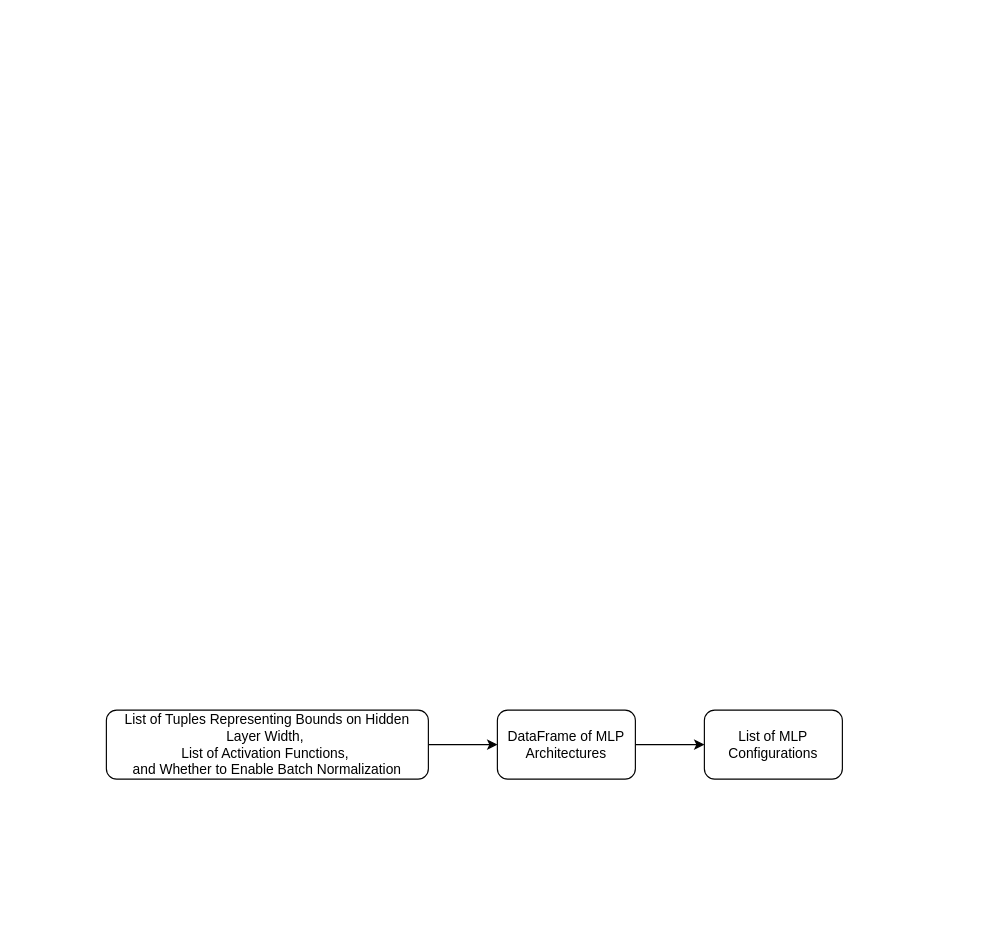
The draw.io diagram docs/FinalProjectDiagram.drawio in gbenezer/Quant_Analysis, before the edit. Source tidied: cells renumbered, new cells numbered last; positions are measured from the earlier drawing's top-left corner, leaving out a move shared by most shapes. Both pictures are drawn from the tidied source at 115%, with x=0, y=0 at pixel (106, 710).
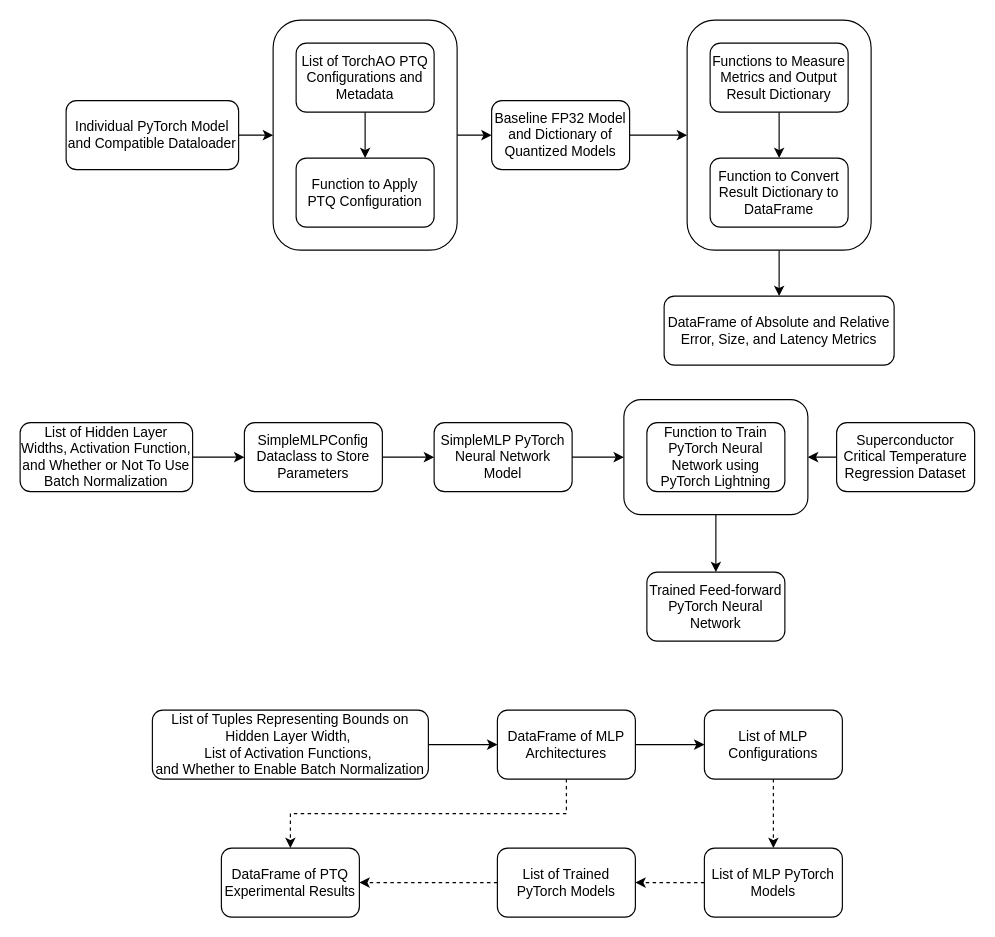
The same diagram, later.

Unchanged cells that the change refers to:
```xml
<mxCell id="5" value="DataFrame of MLP Architectures" style="rounded=1;whiteSpace=wrap;html=1;" parent="1" vertex="1">
  <mxGeometry x="340" width="120" height="60" as="geometry" />
</mxCell>
<mxCell id="6" value="List of MLP Configurations" style="rounded=1;whiteSpace=wrap;html=1;" parent="1" vertex="1">
  <mxGeometry x="520" width="120" height="60" as="geometry" />
</mxCell>
```

Diff of the diagram source:
```diff
@@
+    <mxCell id="7" style="edgeStyle=orthogonalEdgeStyle;rounded=0;jettySize=auto;html=1;" parent="1" edge="1" source="8" target="40">
+      <mxGeometry relative="1" as="geometry" />
+    </mxCell>
+    <mxCell id="8" style="rounded=1;whiteSpace=wrap;html=1;" parent="1" vertex="1">
+      <mxGeometry x="450" y="-270" width="160" height="100" as="geometry" />
+    </mxCell>
+    <mxCell id="9" style="edgeStyle=orthogonalEdgeStyle;rounded=0;jettySize=auto;html=1;entryX=0;entryY=0.5;entryDx=0;entryDy=0;" parent="1" edge="1" source="10" target="25">
+      <mxGeometry relative="1" as="geometry" />
+    </mxCell>
+    <mxCell id="10" style="rounded=1;whiteSpace=wrap;html=1;" parent="1" vertex="1">
+      <mxGeometry x="145" y="-600" width="160" height="200" as="geometry" />
+    </mxCell>
@@
     <mxCell id="3" value="&lt;div&gt;List of Tuples Representing Bounds on Hidden Layer Width,&amp;nbsp;&lt;/div&gt;&lt;div&gt;List of Activation Functions,&amp;nbsp;&lt;/div&gt;&lt;div&gt;and Whether to Enable Batch Normalization&lt;/div&gt;" style="rounded=1;whiteSpace=wrap;html=1;" parent="1" vertex="1">
-      <mxGeometry width="280" height="60" as="geometry" />
+      <mxGeometry x="40" width="240" height="60" as="geometry" />
     </mxCell>
@@
+    <mxCell id="11" style="edgeStyle=orthogonalEdgeStyle;rounded=0;jettySize=auto;html=1;entryX=0.5;entryY=0;entryDx=0;entryDy=0;dashed=1;" parent="1" edge="1" source="5" target="17">
+      <mxGeometry relative="1" as="geometry">
+        <Array as="points">
+          <mxPoint x="400" y="90" />
+          <mxPoint x="160" y="90" />
+        </Array>
+      </mxGeometry>
+    </mxCell>
@@
+    <mxCell id="12" style="edgeStyle=orthogonalEdgeStyle;rounded=0;jettySize=auto;html=1;dashed=1;" parent="1" edge="1" source="6" target="14">
+      <mxGeometry relative="1" as="geometry" />
+    </mxCell>
@@
+    <mxCell id="13" style="edgeStyle=orthogonalEdgeStyle;rounded=0;jettySize=auto;html=1;dashed=1;" parent="1" edge="1" source="14" target="16">
+      <mxGeometry relative="1" as="geometry" />
+    </mxCell>
+    <mxCell id="14" value="List of MLP PyTorch Models" style="rounded=1;whiteSpace=wrap;html=1;" parent="1" vertex="1">
+      <mxGeometry x="520" y="120" width="120" height="60" as="geometry" />
+    </mxCell>
+    <mxCell id="15" style="edgeStyle=orthogonalEdgeStyle;rounded=0;jettySize=auto;html=1;entryX=1;entryY=0.5;entryDx=0;entryDy=0;dashed=1;" parent="1" edge="1" source="16" target="17">
+      <mxGeometry relative="1" as="geometry" />
+    </mxCell>
+    <mxCell id="16" value="List of Trained PyTorch Models" style="rounded=1;whiteSpace=wrap;html=1;" parent="1" vertex="1">
+      <mxGeometry x="340" y="120" width="120" height="60" as="geometry" />
+    </mxCell>
+    <mxCell id="17" value="DataFrame of PTQ Experimental Results" style="rounded=1;whiteSpace=wrap;html=1;" parent="1" vertex="1">
+      <mxGeometry x="100" y="120" width="120" height="60" as="geometry" />
+    </mxCell>
+    <mxCell id="18" style="edgeStyle=orthogonalEdgeStyle;rounded=0;jettySize=auto;html=1;entryX=0;entryY=0.5;entryDx=0;entryDy=0;" parent="1" edge="1" source="19" target="10">
+      <mxGeometry relative="1" as="geometry" />
+    </mxCell>
+    <mxCell id="19" value="Individual PyTorch Model and Compatible Dataloader" style="rounded=1;whiteSpace=wrap;html=1;" parent="1" vertex="1">
+      <mxGeometry x="-35" y="-530" width="150" height="60" as="geometry" />
+    </mxCell>
+    <mxCell id="20" value="DataFrame of Absolute and Relative Error, Size, and Latency Metrics" style="rounded=1;whiteSpace=wrap;html=1;" parent="1" vertex="1">
+      <mxGeometry x="485" y="-360" width="200" height="60" as="geometry" />
+    </mxCell>
+    <mxCell id="21" style="edgeStyle=orthogonalEdgeStyle;rounded=0;jettySize=auto;html=1;entryX=0.5;entryY=0;entryDx=0;entryDy=0;" parent="1" edge="1" source="22" target="23">
+      <mxGeometry relative="1" as="geometry" />
+    </mxCell>
+    <mxCell id="22" value="List of TorchAO PTQ Configurations and Metadata" style="rounded=1;whiteSpace=wrap;html=1;" parent="1" vertex="1">
+      <mxGeometry x="165" y="-580" width="120" height="60" as="geometry" />
+    </mxCell>
+    <mxCell id="23" value="Function to Apply PTQ Configuration" style="rounded=1;whiteSpace=wrap;html=1;" parent="1" vertex="1">
+      <mxGeometry x="165" y="-480" width="120" height="60" as="geometry" />
+    </mxCell>
+    <mxCell id="24" style="edgeStyle=orthogonalEdgeStyle;rounded=0;jettySize=auto;html=1;entryX=0;entryY=0.5;entryDx=0;entryDy=0;" parent="1" edge="1" source="25" target="27">
+      <mxGeometry relative="1" as="geometry" />
+    </mxCell>
+    <mxCell id="25" value="Baseline FP32 Model and Dictionary of Quantized Models" style="rounded=1;whiteSpace=wrap;html=1;" parent="1" vertex="1">
+      <mxGeometry x="335" y="-530" width="120" height="60" as="geometry" />
+    </mxCell>
+    <mxCell id="26" style="edgeStyle=orthogonalEdgeStyle;rounded=0;jettySize=auto;html=1;entryX=0.5;entryY=0;entryDx=0;entryDy=0;" parent="1" edge="1" source="27" target="20">
+      <mxGeometry relative="1" as="geometry" />
+    </mxCell>
+    <mxCell id="27" style="rounded=1;whiteSpace=wrap;html=1;" parent="1" vertex="1">
+      <mxGeometry x="505" y="-600" width="160" height="200" as="geometry" />
+    </mxCell>
+    <mxCell id="28" style="edgeStyle=orthogonalEdgeStyle;rounded=0;jettySize=auto;html=1;entryX=0.5;entryY=0;entryDx=0;entryDy=0;" parent="1" edge="1" source="29" target="30">
+      <mxGeometry relative="1" as="geometry" />
+    </mxCell>
+    <mxCell id="29" value="Functions to Measure Metrics and Output Result Dictionary" style="rounded=1;whiteSpace=wrap;html=1;" parent="1" vertex="1">
+      <mxGeometry x="525" y="-580" width="120" height="60" as="geometry" />
+    </mxCell>
+    <mxCell id="30" value="Function to Convert Result Dictionary to DataFrame" style="rounded=1;whiteSpace=wrap;html=1;" parent="1" vertex="1">
+      <mxGeometry x="525" y="-480" width="120" height="60" as="geometry" />
+    </mxCell>
+    <mxCell id="31" style="edgeStyle=orthogonalEdgeStyle;rounded=0;jettySize=auto;html=1;entryX=0;entryY=0.5;entryDx=0;entryDy=0;" parent="1" edge="1" source="32" target="34">
+      <mxGeometry relative="1" as="geometry" />
+    </mxCell>
+    <mxCell id="32" value="List of Hidden Layer Widths, Activation Function, and Whether or Not To Use Batch Normalization" style="rounded=1;whiteSpace=wrap;html=1;" parent="1" vertex="1">
+      <mxGeometry x="-75" y="-250" width="150" height="60" as="geometry" />
+    </mxCell>
+    <mxCell id="33" style="edgeStyle=orthogonalEdgeStyle;rounded=0;jettySize=auto;html=1;entryX=0;entryY=0.5;entryDx=0;entryDy=0;" parent="1" edge="1" source="34" target="36">
+      <mxGeometry relative="1" as="geometry" />
+    </mxCell>
+    <mxCell id="34" value="SimpleMLPConfig Dataclass to Store Parameters" style="rounded=1;whiteSpace=wrap;html=1;" parent="1" vertex="1">
+      <mxGeometry x="120" y="-250" width="120" height="60" as="geometry" />
+    </mxCell>
+    <mxCell id="35" style="edgeStyle=orthogonalEdgeStyle;rounded=0;jettySize=auto;html=1;entryX=0;entryY=0.5;entryDx=0;entryDy=0;" parent="1" edge="1" source="36" target="8">
+      <mxGeometry relative="1" as="geometry" />
+    </mxCell>
+    <mxCell id="36" value="SimpleMLP PyTorch Neural Network Model" style="rounded=1;whiteSpace=wrap;html=1;" parent="1" vertex="1">
+      <mxGeometry x="285" y="-250" width="120" height="60" as="geometry" />
+    </mxCell>
+    <mxCell id="37" value="Function to Train PyTorch Neural Network using PyTorch Lightning" style="rounded=1;whiteSpace=wrap;html=1;" parent="1" vertex="1">
+      <mxGeometry x="470" y="-250" width="120" height="60" as="geometry" />
+    </mxCell>
+    <mxCell id="38" style="edgeStyle=orthogonalEdgeStyle;rounded=0;jettySize=auto;html=1;entryX=1;entryY=0.5;entryDx=0;entryDy=0;" parent="1" edge="1" source="39" target="8">
+      <mxGeometry relative="1" as="geometry" />
+    </mxCell>
+    <mxCell id="39" value="Superconductor Critical Temperature Regression Dataset" style="rounded=1;whiteSpace=wrap;html=1;" parent="1" vertex="1">
+      <mxGeometry x="635" y="-250" width="120" height="60" as="geometry" />
+    </mxCell>
+    <mxCell id="40" value="Trained Feed-forward PyTorch Neural Network" style="rounded=1;whiteSpace=wrap;html=1;" parent="1" vertex="1">
+      <mxGeometry x="470" y="-120" width="120" height="60" as="geometry" />
+    </mxCell>
```
